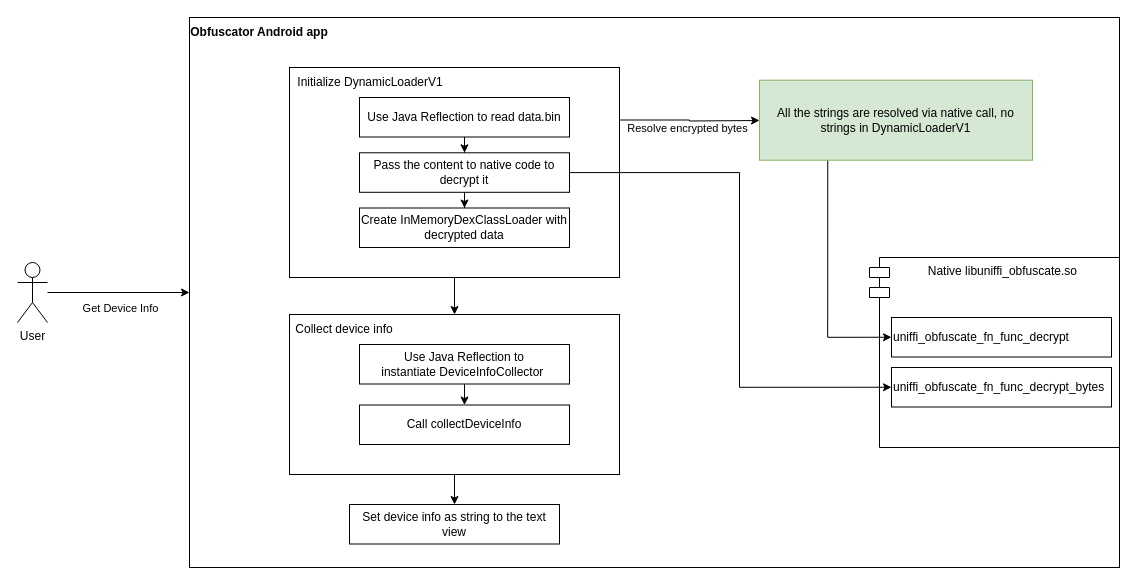
Before: doc/Obfuscator.drawio.xml in REASY/android-deob, a draw.io diagram. Source tidied: cells renumbered, new cells numbered last; positions are measured from the earlier drawing's top-left corner, leaving out a move shared by most shapes. Both pictures are drawn from the tidied source at 100%, with x=0, y=0 at pixel (17, 17).
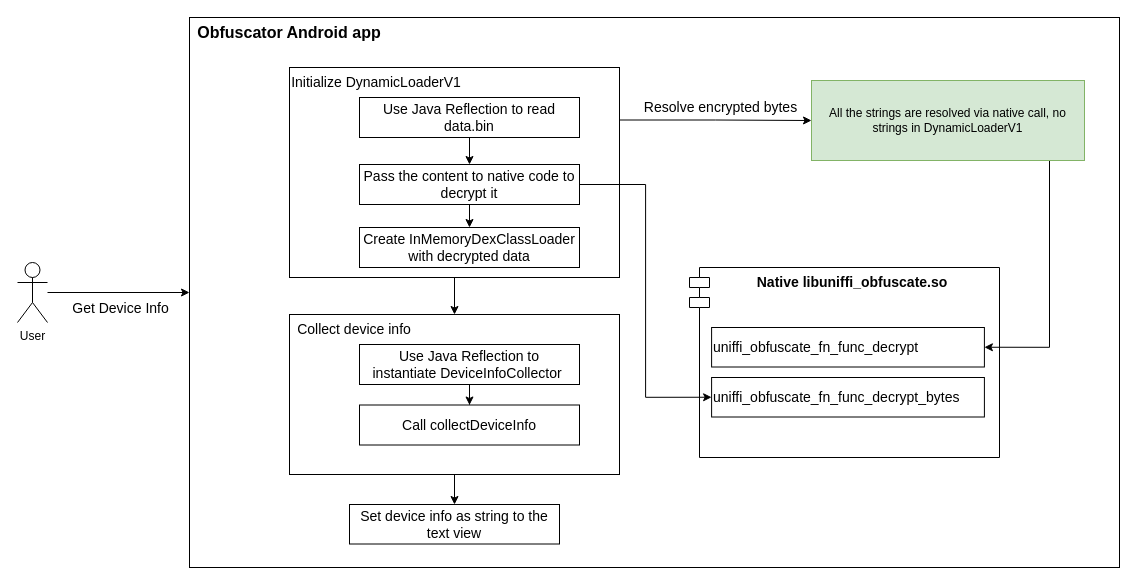
After the change.

Unchanged cells that the change refers to:
```xml
<mxCell id="22" style="edgeStyle=orthogonalEdgeStyle;rounded=0;jettySize=auto;html=1;" parent="1" edge="1" source="24" target="2">
  <mxGeometry relative="1" as="geometry" />
</mxCell>
```

Diff of the diagram source:
```diff
@@
-    <mxCell id="3" style="group;" parent="1" vertex="1">
-      <mxGeometry x="272" y="50" width="330" height="210" as="geometry" />
-    </mxCell>
-    <mxCell id="4" style="rounded=0;whiteSpace=wrap;html=1;" parent="3" vertex="1">
-      <mxGeometry width="330" height="210" as="geometry" />
-    </mxCell>
-    <mxCell id="5" style="group;" parent="3" vertex="1">
-      <mxGeometry x="70" y="30" width="210" height="150" as="geometry" />
-    </mxCell>
-    <mxCell id="6" style="edgeStyle=orthogonalEdgeStyle;rounded=0;jettySize=auto;html=1;" parent="5" edge="1" source="7" target="9">
-      <mxGeometry relative="1" as="geometry" />
-    </mxCell>
-    <mxCell id="7" value="Use Java Reflection to read data.bin" style="rounded=0;whiteSpace=wrap;html=1;" parent="5" vertex="1">
-      <mxGeometry width="210" height="39.5" as="geometry" />
-    </mxCell>
-    <mxCell id="8" style="edgeStyle=orthogonalEdgeStyle;rounded=0;jettySize=auto;html=1;" parent="5" edge="1" source="9" target="10">
-      <mxGeometry relative="1" as="geometry" />
-    </mxCell>
-    <mxCell id="9" value="Pass the content to native code to decrypt it" style="rounded=0;whiteSpace=wrap;html=1;" parent="5" vertex="1">
-      <mxGeometry y="55.3" width="210" height="39.5" as="geometry" />
-    </mxCell>
-    <mxCell id="10" value="Create&amp;nbsp;InMemoryDexClassLoader with decrypted data" style="rounded=0;whiteSpace=wrap;html=1;" parent="5" vertex="1">
-      <mxGeometry y="110.5" width="210" height="39.5" as="geometry" />
-    </mxCell>
-    <mxCell id="11" value="Initialize&amp;nbsp;DynamicLoaderV1" style="text;html=1;align=center;verticalAlign=middle;whiteSpace=wrap;rounded=0;" parent="3" vertex="1">
-      <mxGeometry x="51" width="60" height="30" as="geometry" />
-    </mxCell>
-    <mxCell id="12" style="group;" parent="1" vertex="1">
+    <mxCell id="12" style="group;fontSize=14;" parent="1" vertex="1">
       <mxGeometry x="272" y="297" width="330" height="160" as="geometry" />
     </mxCell>
@@
-    <mxCell id="15" value="Use Java Reflection to instantiate&amp;nbsp;DeviceInfoCollector&amp;nbsp;" style="rounded=0;whiteSpace=wrap;html=1;" parent="12" vertex="1">
-      <mxGeometry x="70" y="30" width="210" height="39.5" as="geometry" />
+    <mxCell id="15" value="Use Java Reflection to instantiate&amp;nbsp;DeviceInfoCollector&amp;nbsp;" style="rounded=0;whiteSpace=wrap;html=1;fontSize=14;" parent="12" vertex="1">
+      <mxGeometry x="70" y="30" width="220" height="40" as="geometry" />
     </mxCell>
-    <mxCell id="16" value="Call&amp;nbsp;collectDeviceInfo" style="rounded=0;whiteSpace=wrap;html=1;" parent="12" vertex="1">
-      <mxGeometry x="70" y="90.5" width="210" height="39.5" as="geometry" />
+    <mxCell id="16" value="Call&amp;nbsp;collectDeviceInfo" style="rounded=0;whiteSpace=wrap;html=1;fontSize=14;" parent="12" vertex="1">
+      <mxGeometry x="70" y="90.5" width="220" height="40" as="geometry" />
     </mxCell>
-    <mxCell id="17" value="Collect device info" style="text;html=1;align=center;verticalAlign=middle;whiteSpace=wrap;rounded=0;" parent="12" vertex="1">
-      <mxGeometry width="110" height="30" as="geometry" />
+    <mxCell id="17" value="Collect device info" style="text;html=1;align=center;verticalAlign=middle;whiteSpace=wrap;rounded=0;fontSize=14;" parent="12" vertex="1">
+      <mxGeometry width="130" height="30" as="geometry" />
     </mxCell>
@@
-    <mxCell id="19" value="Set device info as string to the text view" style="rounded=0;whiteSpace=wrap;html=1;" parent="1" vertex="1">
+    <mxCell id="19" value="&lt;font style=&quot;font-size: 14px;&quot;&gt;Set device info as string to the text view&lt;/font&gt;" style="rounded=0;whiteSpace=wrap;html=1;" parent="1" vertex="1">
       <mxGeometry x="332" y="487" width="210" height="39.5" as="geometry" />
     </mxCell>
@@
-    <mxCell id="21" value="Obfuscator Android app" style="text;html=1;align=center;verticalAlign=middle;whiteSpace=wrap;rounded=0;fontStyle=1;" parent="1" vertex="1">
-      <mxGeometry x="172" width="140" height="30" as="geometry" />
+    <mxCell id="21" value="Obfuscator Android app" style="text;html=1;align=center;verticalAlign=middle;whiteSpace=wrap;rounded=0;fontStyle=1;fontSize=16;" parent="1" vertex="1">
+      <mxGeometry x="172" width="200" height="30" as="geometry" />
     </mxCell>
@@
-    <mxCell id="23" value="Get Device Info" style="edgeLabel;html=1;align=center;verticalAlign=middle;" parent="22" vertex="1">
+    <mxCell id="23" value="Get Device Info" style="edgeLabel;html=1;align=center;verticalAlign=middle;fontSize=14;" parent="22" vertex="1">
       <mxGeometry x="0.01" y="1" relative="1" as="geometry">
         <mxPoint y="16" as="offset" />
       </mxGeometry>
     </mxCell>
@@
     <mxCell id="25" style="group;" parent="1" vertex="1">
-      <mxGeometry x="852" y="240" width="250" height="190" as="geometry" />
+      <mxGeometry x="672" y="250" width="310" height="190" as="geometry" />
     </mxCell>
-    <mxCell id="26" value="Native libuniffi_obfuscate.so&amp;nbsp;" style="shape=module;align=left;spacingLeft=20;align=center;verticalAlign=top;whiteSpace=wrap;html=1;" parent="25" vertex="1">
-      <mxGeometry width="250" height="190" as="geometry" />
+    <mxCell id="26" value="&lt;font style=&quot;font-size: 14px;&quot;&gt;&lt;b&gt;Native libuniffi_obfuscate.so&amp;nbsp;&lt;/b&gt;&lt;/font&gt;" style="shape=module;align=left;spacingLeft=20;align=center;verticalAlign=top;whiteSpace=wrap;html=1;" parent="25" vertex="1">
+      <mxGeometry width="310" height="190" as="geometry" />
     </mxCell>
-    <mxCell id="27" value="uniffi_obfuscate_fn_func_decrypt" style="rounded=0;whiteSpace=wrap;html=1;align=left;" parent="25" vertex="1">
-      <mxGeometry x="22" y="60" width="220" height="39.5" as="geometry" />
+    <mxCell id="27" value="uniffi_obfuscate_fn_func_decrypt" style="rounded=0;whiteSpace=wrap;html=1;align=left;fontSize=14;" parent="25" vertex="1">
+      <mxGeometry x="22.1" y="60" width="272.8" height="39.5" as="geometry" />
     </mxCell>
-    <mxCell id="28" value="uniffi_obfuscate_fn_func_decrypt_bytes" style="rounded=0;whiteSpace=wrap;html=1;align=left;" parent="25" vertex="1">
-      <mxGeometry x="22" y="110" width="220" height="39.5" as="geometry" />
+    <mxCell id="28" value="&lt;font style=&quot;font-size: 14px;&quot;&gt;uniffi_obfuscate_fn_func_decrypt_bytes&lt;/font&gt;" style="rounded=0;whiteSpace=wrap;html=1;align=left;" parent="25" vertex="1">
+      <mxGeometry x="22.1" y="110" width="272.8" height="39.5" as="geometry" />
     </mxCell>
-    <mxCell id="29" style="edgeStyle=orthogonalEdgeStyle;rounded=0;jettySize=auto;html=1;exitX=0.25;exitY=1;exitDx=0;exitDy=0;entryX=0;entryY=0.5;entryDx=0;entryDy=0;" parent="1" edge="1" source="30" target="27">
-      <mxGeometry relative="1" as="geometry" />
-    </mxCell>
+    <mxCell id="34" style="edgeStyle=orthogonalEdgeStyle;rounded=0;jettySize=auto;html=1;entryX=1;entryY=0.5;entryDx=0;entryDy=0;" parent="1" edge="1" target="27">
+      <mxGeometry relative="1" as="geometry">
+        <mxPoint x="1032" y="143" as="sourcePoint" />
+        <Array as="points">
+          <mxPoint x="1032" y="330" />
+        </Array>
+      </mxGeometry>
+    </mxCell>
     <mxCell id="30" value="All the strings are resolved via native call, no strings in&amp;nbsp;DynamicLoaderV1" style="text;html=1;align=center;verticalAlign=middle;rounded=0;whiteSpace=wrap;fillColor=#d5e8d4;strokeColor=#82b366;" parent="1" vertex="1">
-      <mxGeometry x="742" y="62.7" width="273" height="80" as="geometry" />
+      <mxGeometry x="794" y="63" width="273" height="80" as="geometry" />
     </mxCell>
-    <mxCell id="31" style="edgeStyle=orthogonalEdgeStyle;rounded=0;jettySize=auto;html=1;entryX=0;entryY=0.5;entryDx=0;entryDy=0;" parent="1" edge="1" source="9" target="28">
-      <mxGeometry relative="1" as="geometry">
-        <Array as="points">
-          <mxPoint x="722" y="155" />
-          <mxPoint x="722" y="370" />
-        </Array>
-      </mxGeometry>
-    </mxCell>
-    <mxCell id="32" style="edgeStyle=orthogonalEdgeStyle;rounded=0;jettySize=auto;html=1;exitX=1;exitY=0.25;exitDx=0;exitDy=0;" parent="1" edge="1" source="4">
-      <mxGeometry relative="1" as="geometry">
-        <mxPoint x="742" y="103" as="targetPoint" />
-      </mxGeometry>
+    <mxCell id="32" style="edgeStyle=orthogonalEdgeStyle;rounded=0;jettySize=auto;html=1;exitX=1;exitY=0.25;exitDx=0;exitDy=0;" parent="1" edge="1" source="4" target="30">
+      <mxGeometry relative="1" as="geometry" />
     </mxCell>
-    <mxCell id="33" value="Resolve encrypted bytes" style="edgeLabel;html=1;align=center;verticalAlign=middle;" parent="32" vertex="1">
+    <mxCell id="33" value="&lt;font style=&quot;font-size: 14px;&quot;&gt;Resolve encrypted bytes&lt;/font&gt;" style="edgeLabel;html=1;align=center;verticalAlign=middle;fontSize=12;" parent="32" vertex="1">
       <mxGeometry x="-0.03" y="1" relative="1" as="geometry">
-        <mxPoint x="-1" y="9" as="offset" />
+        <mxPoint x="7" y="-12" as="offset" />
       </mxGeometry>
     </mxCell>
+    <mxCell id="4" style="rounded=0;whiteSpace=wrap;html=1;" parent="1" vertex="1">
+      <mxGeometry x="272" y="50" width="330" height="210" as="geometry" />
+    </mxCell>
+    <mxCell id="11" value="&lt;font style=&quot;font-size: 14px;&quot;&gt;Initialize&amp;nbsp;DynamicLoaderV1&lt;/font&gt;" style="text;html=1;align=center;verticalAlign=middle;whiteSpace=wrap;rounded=0;" parent="1" vertex="1">
+      <mxGeometry x="329" y="50" width="60" height="30" as="geometry" />
+    </mxCell>
+    <mxCell id="6" style="edgeStyle=orthogonalEdgeStyle;rounded=0;jettySize=auto;html=1;" parent="1" edge="1" source="7" target="9">
+      <mxGeometry relative="1" as="geometry" />
+    </mxCell>
+    <mxCell id="7" value="&lt;font style=&quot;font-size: 14px;&quot;&gt;Use Java Reflection to read data.bin&lt;/font&gt;" style="rounded=0;whiteSpace=wrap;html=1;" parent="1" vertex="1">
+      <mxGeometry x="342" y="80" width="220" height="40" as="geometry" />
+    </mxCell>
+    <mxCell id="8" style="edgeStyle=orthogonalEdgeStyle;rounded=0;jettySize=auto;html=1;" parent="1" edge="1" source="9" target="10">
+      <mxGeometry relative="1" as="geometry" />
+    </mxCell>
+    <mxCell id="31" style="edgeStyle=orthogonalEdgeStyle;rounded=0;jettySize=auto;html=1;entryX=0;entryY=0.5;entryDx=0;entryDy=0;" parent="1" edge="1" source="9" target="28">
+      <mxGeometry relative="1" as="geometry" />
+    </mxCell>
+    <mxCell id="9" value="&lt;font style=&quot;font-size: 14px;&quot;&gt;Pass the content to native code to decrypt it&lt;/font&gt;" style="rounded=0;whiteSpace=wrap;html=1;" parent="1" vertex="1">
+      <mxGeometry x="342" y="147" width="220" height="40" as="geometry" />
+    </mxCell>
+    <mxCell id="10" value="&lt;font style=&quot;font-size: 14px;&quot;&gt;Create&amp;nbsp;InMemoryDexClassLoader with decrypted data&lt;/font&gt;" style="rounded=0;whiteSpace=wrap;html=1;" parent="1" vertex="1">
+      <mxGeometry x="342" y="210" width="220" height="40" as="geometry" />
+    </mxCell>
```
